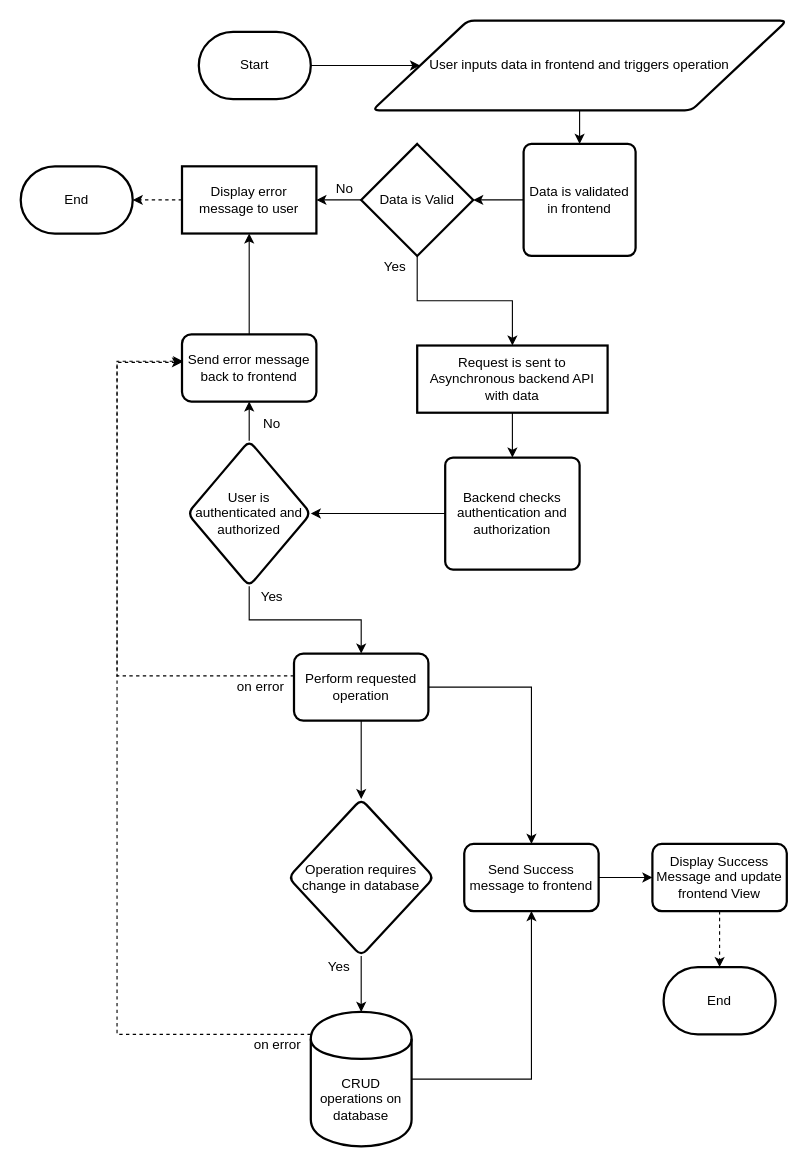
Earlier version of the draw.io diagram page "API dataflow" (2 of 3) of miscellaneous/revamp.drawio (Epic-ERP/media). Source tidied: cells renumbered, new cells numbered last; positions are measured from the earlier drawing's top-left corner, leaving out a move shared by most shapes. Both pictures are drawn from the tidied source at 112%, with x=0, y=0 at pixel (20, 20).
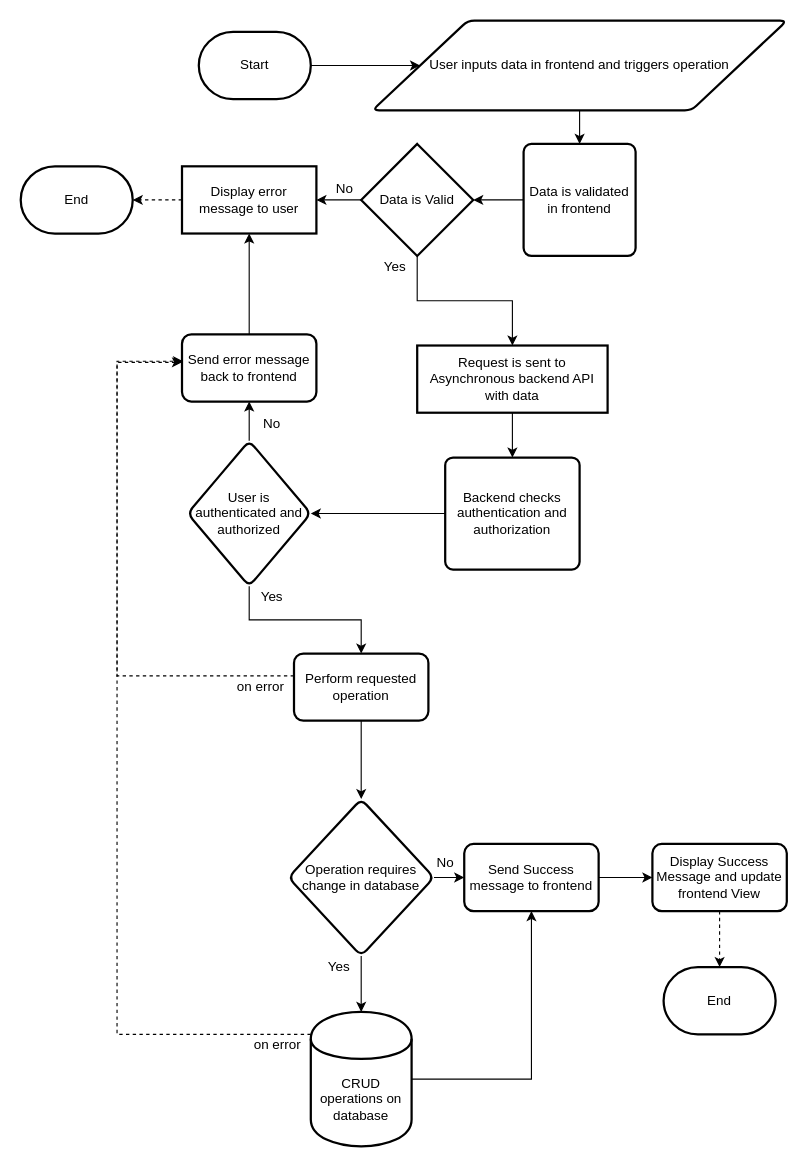
The same diagram, later.

Unchanged cells that the change refers to:
```xml
<mxCell id="28" value="Perform requested operation" style="whiteSpace=wrap;html=1;rounded=1;strokeWidth=2;arcSize=14;" parent="1" vertex="1">
  <mxGeometry x="244" y="565" width="120" height="60" as="geometry" />
</mxCell>
<mxCell id="34" value="Operation requires change in database" style="rhombus;whiteSpace=wrap;html=1;rounded=1;strokeWidth=2;arcSize=14;" parent="1" vertex="1">
  <mxGeometry x="239" y="695" width="130" height="140" as="geometry" />
</mxCell>
<mxCell id="37" value="Send Success message to frontend" style="whiteSpace=wrap;html=1;rounded=1;strokeWidth=2;arcSize=14;" parent="1" vertex="1">
  <mxGeometry x="396" y="735" width="120" height="60" as="geometry" />
</mxCell>
```

Diff of the diagram source:
```diff
@@
-    <mxCell id="26" style="edgeStyle=orthogonalEdgeStyle;rounded=0;jettySize=auto;html=1;startArrow=none;startFill=0;endArrow=classic;endFill=1;" parent="1" edge="1" source="28" target="37">
-      <mxGeometry relative="1" as="geometry" />
-    </mxCell>
@@
+    <mxCell id="44" style="edgeStyle=orthogonalEdgeStyle;rounded=0;jettySize=auto;html=1;" parent="1" edge="1" source="34" target="37">
+      <mxGeometry relative="1" as="geometry" />
+    </mxCell>
@@
+    <mxCell id="45" value="No" style="text;html=1;align=center;verticalAlign=middle;" parent="1" vertex="1">
+      <mxGeometry x="364" y="742" width="30" height="20" as="geometry" />
+    </mxCell>
```
